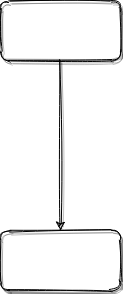
Above: dd/Diagram.png in songtianlun/Drad.io.demo (draw.io), before the change. Source tidied: cells renumbered, new cells last; positions are measured from the earlier drawing's top-left corner, leaving out a move shared by most shapes.
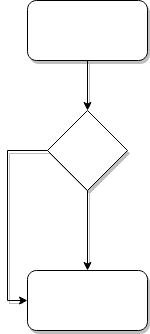
The same diagram one commit later.

Change to the diagram source:
```diff
@@ -2,14 +2,28 @@
   <root>
     <mxCell id="0" />
     <mxCell id="1" parent="0" />
-    <mxCell id="2" style="edgeStyle=orthogonalEdgeStyle;rounded=0;jettySize=auto;html=1;entryX=0.5;entryY=0;entryDx=0;entryDy=0;shadow=1;sketch=1;" parent="1" edge="1" source="3" target="4">
+    <mxCell id="2" style="edgeStyle=orthogonalEdgeStyle;rounded=0;jettySize=auto;html=1;entryX=0.5;entryY=0;entryDx=0;entryDy=0;shadow=1;sketch=0;" parent="1" edge="1" source="3" target="7">
       <mxGeometry relative="1" as="geometry" />
     </mxCell>
-    <mxCell id="3" style="rounded=1;whiteSpace=wrap;html=1;shadow=1;sketch=1;" parent="1" vertex="1">
+    <mxCell id="3" style="rounded=1;whiteSpace=wrap;html=1;shadow=1;sketch=0;" parent="1" vertex="1">
       <mxGeometry width="120" height="60" as="geometry" />
     </mxCell>
-    <mxCell id="4" style="rounded=1;whiteSpace=wrap;html=1;shadow=1;sketch=1;" parent="1" vertex="1">
-      <mxGeometry y="230" width="120" height="60" as="geometry" />
+    <mxCell id="4" style="rounded=1;whiteSpace=wrap;html=1;shadow=1;sketch=0;" parent="1" vertex="1">
+      <mxGeometry y="270" width="120" height="60" as="geometry" />
     </mxCell>
+    <mxCell id="5" style="edgeStyle=orthogonalEdgeStyle;rounded=0;sketch=0;jettySize=auto;html=1;entryX=0.5;entryY=0;entryDx=0;entryDy=0;shadow=1;" parent="1" edge="1" source="7" target="4">
+      <mxGeometry relative="1" as="geometry" />
+    </mxCell>
+    <mxCell id="6" style="edgeStyle=orthogonalEdgeStyle;rounded=0;sketch=0;jettySize=auto;html=1;entryX=0;entryY=0.5;entryDx=0;entryDy=0;shadow=1;" parent="1" edge="1" source="7" target="4">
+      <mxGeometry relative="1" as="geometry">
+        <Array as="points">
+          <mxPoint x="-20" y="150" />
+          <mxPoint x="-20" y="300" />
+        </Array>
+      </mxGeometry>
+    </mxCell>
+    <mxCell id="7" style="rhombus;whiteSpace=wrap;html=1;shadow=1;" parent="1" vertex="1">
+      <mxGeometry x="20" y="110" width="80" height="80" as="geometry" />
+    </mxCell>
   </root>
 </mxGraphModel>
```
